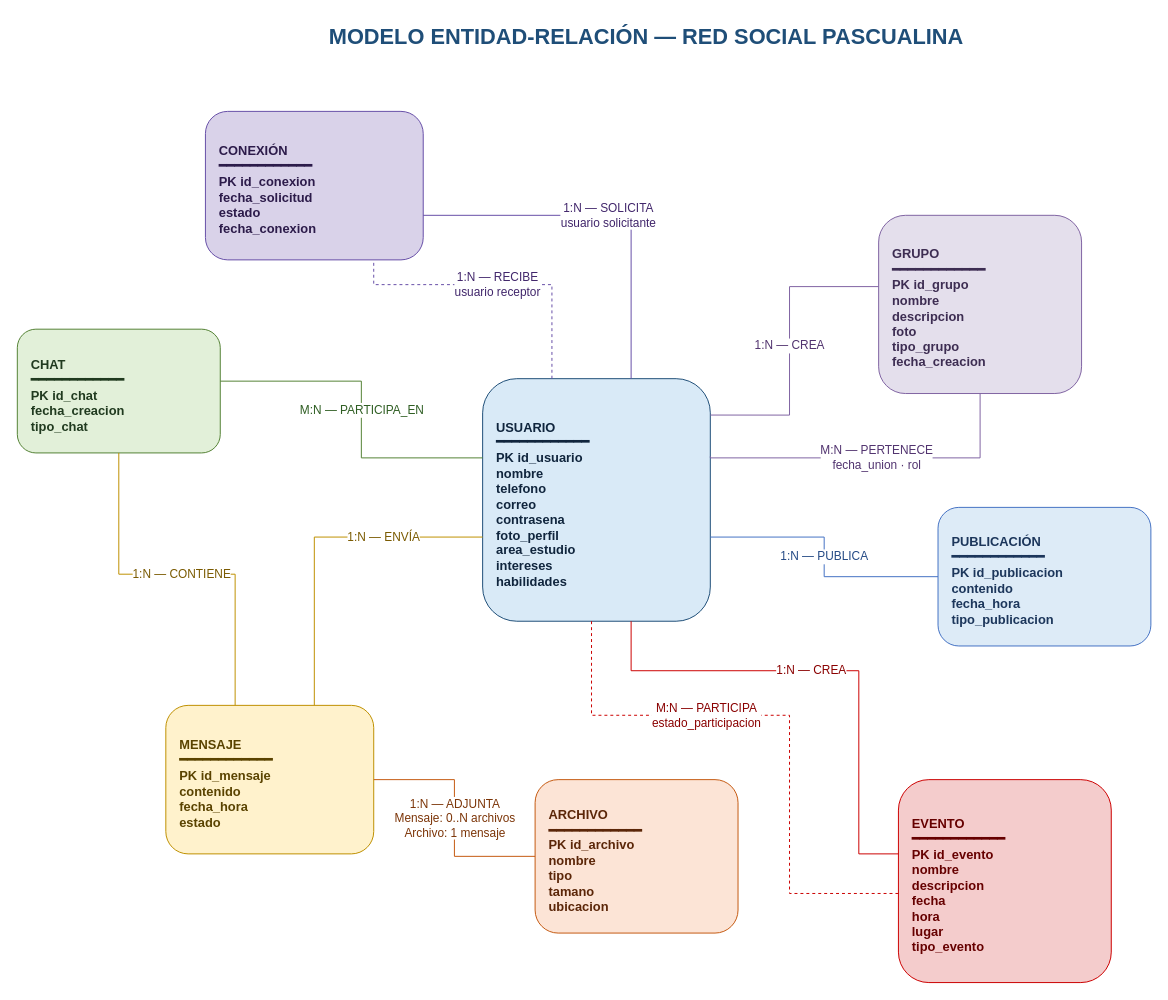
This is Tarea1/MER.drawio from juanmarin365/bd1-redsocial-grupo9, a draw.io file, before an edit. Source tidied: cells renumbered, new cells numbered last; positions are measured from the earlier drawing's top-left corner, leaving out a move shared by most shapes. Both pictures are drawn from the tidied source at 99%, with x=0, y=0 at pixel (17, 17).
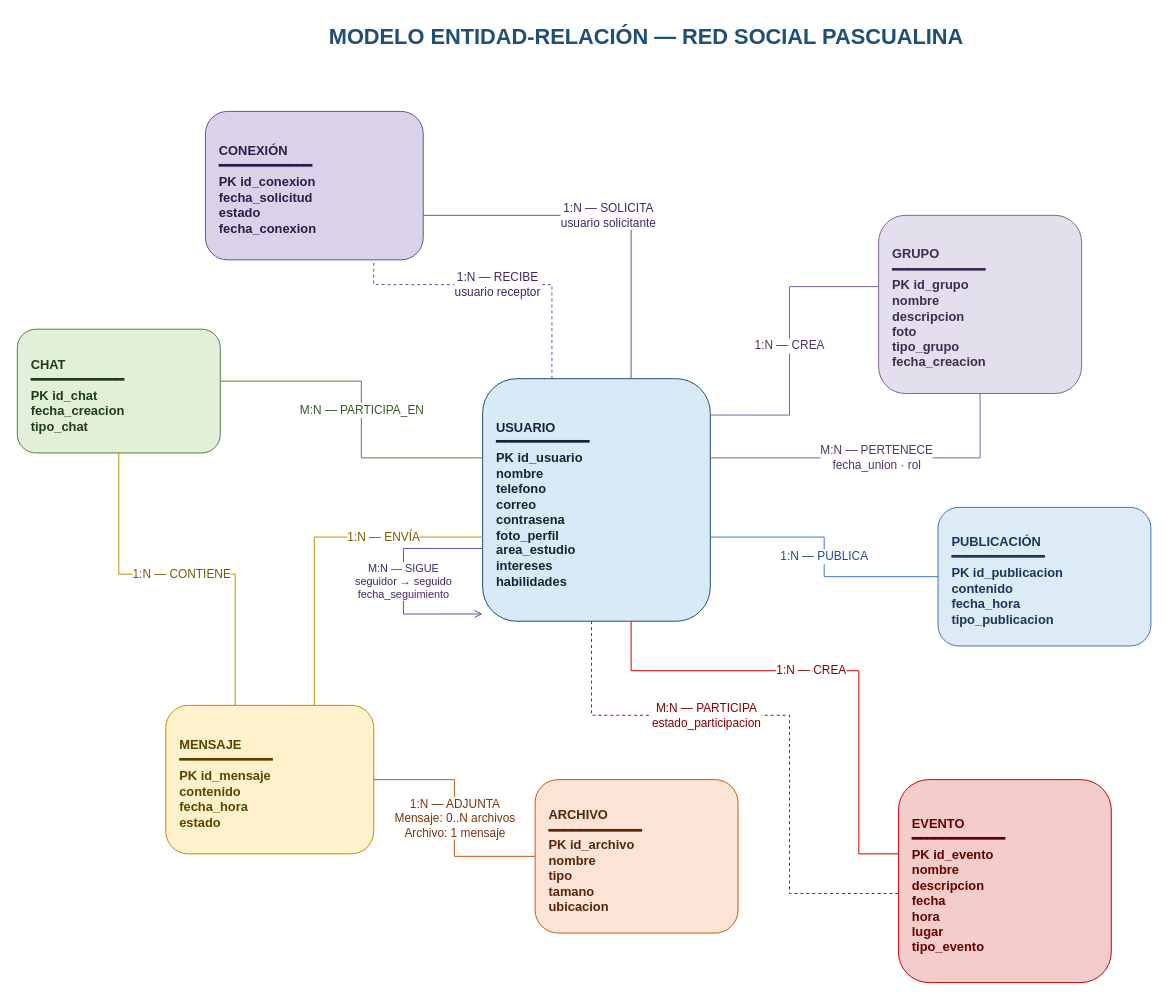
The same diagram, later.

Commit message (it also covers changes not shown here):
Update README.md and MER.drawio to include student following feature

The change refers to these unchanged cells:
```xml
<mxCell id="3" value="USUARIO&#10;━━━━━━━━━━━━&#10;PK id_usuario&#10;nombre&#10;telefono&#10;correo&#10;contrasena&#10;foto_perfil&#10;area_estudio&#10;intereses&#10;habilidades" style="rounded=1;whiteSpace=wrap;html=1;fillColor=#D9EAF7;strokeColor=#1F4E78;fontColor=#10253D;fontSize=13;align=left;spacingLeft=12;spacingTop=8;fontStyle=1;" parent="1" vertex="1">
  <mxGeometry x="470" y="365" width="230" height="245" as="geometry" />
</mxCell>
```

Diff of the diagram source:
```diff
@@
+    <mxCell id="22" value="M:N — SIGUE&#10;seguidor → seguido&#10;fecha_seguimiento" style="edgeStyle=orthogonalEdgeStyle;rounded=0;html=1;startArrow=none;endArrow=open;endFill=0;strokeColor=#674EA7;fontColor=#41266B;fontSize=11;labelBackgroundColor=#FFFFFF;exitX=0;exitY=0.7;entryX=0;entryY=0.97;" parent="1" edge="1" source="3" target="3">
+      <mxGeometry relative="1" as="geometry">
+        <Array as="points">
+          <mxPoint x="390" y="536.5" />
+          <mxPoint x="390" y="602.6" />
+        </Array>
+      </mxGeometry>
+    </mxCell>
```
